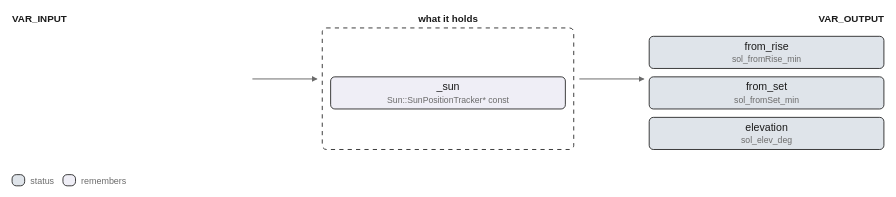
Before: images/logic/sun_watch.drawio.svg, a diagram exported from draw.io (pstch/botanik2). Source tidied: cells renumbered, new cells last; positions are measured from the earlier drawing's top-left corner, leaving out a move shared by most shapes.
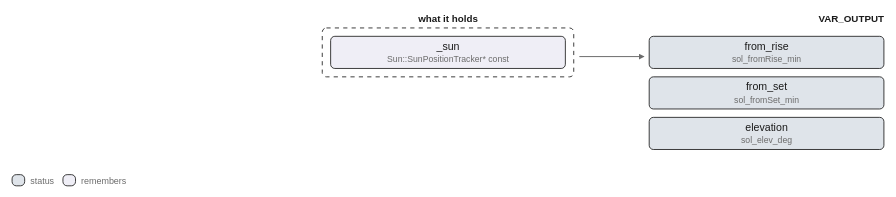
After the change.

What changed in the source:
```diff
@@ -2,53 +2,44 @@
   <root>
     <mxCell id="0" />
     <mxCell id="1" parent="0" />
-    <mxCell id="2" value="VAR_INPUT" style="text;html=1;fontSize=7;fontColor=#1a1a1a;align=left;fontStyle=1;" parent="1" vertex="1">
-      <mxGeometry width="45" height="11" as="geometry" />
+    <mxCell id="2" value="what it holds" style="text;html=1;fontSize=7;fontColor=#1a1a1a;align=center;fontStyle=1;" parent="1" vertex="1">
+      <mxGeometry x="312" width="65" height="11" as="geometry" />
     </mxCell>
-    <mxCell id="3" value="what it holds" style="text;html=1;fontSize=7;fontColor=#1a1a1a;align=center;fontStyle=1;" parent="1" vertex="1">
-      <mxGeometry x="312" width="65" height="11" as="geometry" />
+    <mxCell id="3" value="VAR_OUTPUT" style="text;html=1;fontSize=7;fontColor=#1a1a1a;align=left;fontStyle=1;" parent="1" vertex="1">
+      <mxGeometry x="624" width="50" height="11" as="geometry" />
     </mxCell>
-    <mxCell id="4" value="VAR_OUTPUT" style="text;html=1;fontSize=7;fontColor=#1a1a1a;align=left;fontStyle=1;" parent="1" vertex="1">
-      <mxGeometry x="624" width="50" height="11" as="geometry" />
+    <mxCell id="4" value="from_rise" style="rounded=1;fillColor=#dfe4ea;strokeColor=#1a1a1a;whiteSpace=wrap;html=1;fontSize=8;" parent="1" vertex="1">
+      <mxGeometry x="456" y="17" width="168" height="23" as="geometry" />
     </mxCell>
-    <mxCell id="5" value="from_rise" style="rounded=1;fillColor=#dfe4ea;strokeColor=#1a1a1a;whiteSpace=wrap;html=1;fontSize=8;" parent="1" vertex="1">
-      <mxGeometry x="456" y="17" width="168" height="23" as="geometry" />
+    <mxCell id="5" value="from_set" style="rounded=1;fillColor=#dfe4ea;strokeColor=#1a1a1a;whiteSpace=wrap;html=1;fontSize=8;" parent="1" vertex="1">
+      <mxGeometry x="456" y="46" width="168" height="23" as="geometry" />
     </mxCell>
-    <mxCell id="6" value="from_set" style="rounded=1;fillColor=#dfe4ea;strokeColor=#1a1a1a;whiteSpace=wrap;html=1;fontSize=8;" parent="1" vertex="1">
-      <mxGeometry x="456" y="46" width="168" height="23" as="geometry" />
+    <mxCell id="6" value="elevation" style="rounded=1;fillColor=#dfe4ea;strokeColor=#1a1a1a;whiteSpace=wrap;html=1;fontSize=8;" parent="1" vertex="1">
+      <mxGeometry x="456" y="75" width="168" height="23" as="geometry" />
     </mxCell>
-    <mxCell id="7" value="elevation" style="rounded=1;fillColor=#dfe4ea;strokeColor=#1a1a1a;whiteSpace=wrap;html=1;fontSize=8;" parent="1" vertex="1">
-      <mxGeometry x="456" y="75" width="168" height="23" as="geometry" />
+    <mxCell id="7" style="rounded=1;fillColor=#ffffff;strokeColor=#1a1a1a;whiteSpace=wrap;html=1;fontSize=8;dashed=1;" parent="1" vertex="1">
+      <mxGeometry x="222" y="11" width="180" height="35" as="geometry" />
     </mxCell>
-    <mxCell id="8" style="rounded=1;fillColor=#ffffff;strokeColor=#1a1a1a;whiteSpace=wrap;html=1;fontSize=8;dashed=1;" parent="1" vertex="1">
-      <mxGeometry x="222" y="11" width="180" height="87" as="geometry" />
+    <mxCell id="8" value="_sun" style="rounded=1;fillColor=#efeef6;strokeColor=#1a1a1a;whiteSpace=wrap;html=1;fontSize=8;" parent="1" vertex="1">
+      <mxGeometry x="228" y="17" width="168" height="23" as="geometry" />
     </mxCell>
-    <mxCell id="9" value="_sun" style="rounded=1;fillColor=#efeef6;strokeColor=#1a1a1a;whiteSpace=wrap;html=1;fontSize=8;" parent="1" vertex="1">
-      <mxGeometry x="228" y="46" width="168" height="23" as="geometry" />
-    </mxCell>
-    <mxCell id="10" style="edgeStyle=none;html=1;strokeColor=#6b6b6b;endArrow=block;" parent="1" edge="1">
-      <mxGeometry relative="1" as="geometry">
-        <mxPoint x="172" y="47.5" as="sourcePoint" />
-        <mxPoint x="218" y="47.5" as="targetPoint" />
-      </mxGeometry>
-    </mxCell>
-    <mxCell id="11" style="edgeStyle=none;html=1;strokeColor=#6b6b6b;endArrow=block;" parent="1" edge="1">
-      <mxGeometry relative="1" as="geometry">
-        <mxPoint x="406" y="47.5" as="sourcePoint" />
-        <mxPoint x="452" y="47.5" as="targetPoint" />
-      </mxGeometry>
-    </mxCell>
+    <mxCell id="16" style="edgeStyle=none;html=1;strokeColor=#6b6b6b;endArrow=block;" parent="1" edge="1">
+      <mxGeometry relative="1" as="geometry">
+        <mxPoint x="406" y="31.5" as="sourcePoint" />
+        <mxPoint x="452" y="31.5" as="targetPoint" />
+      </mxGeometry>
+    </mxCell>
+    <mxCell id="17" style="rounded=1;fillColor=#dfe4ea;strokeColor=#1a1a1a;whiteSpace=wrap;html=1;fontSize=8;" parent="1" vertex="1">
+      <mxGeometry y="116" width="9" height="8" as="geometry" />
+    </mxCell>
+    <mxCell id="18" value="status" style="text;html=1;fontSize=6;fontColor=#6b6b6b;align=left;" parent="1" vertex="1">
+      <mxGeometry x="13" y="116.6" width="40" height="10.4" as="geometry" />
+    </mxCell>
-    <mxCell id="12" style="rounded=1;fillColor=#dfe4ea;strokeColor=#1a1a1a;whiteSpace=wrap;html=1;fontSize=8;" parent="1" vertex="1">
-      <mxGeometry y="116" width="9" height="8" as="geometry" />
+    <mxCell id="12" style="rounded=1;fillColor=#efeef6;strokeColor=#1a1a1a;whiteSpace=wrap;html=1;fontSize=8;" parent="1" vertex="1">
+      <mxGeometry x="36.4" y="116" width="9" height="8" as="geometry" />
     </mxCell>
-    <mxCell id="13" value="status" style="text;html=1;fontSize=6;fontColor=#6b6b6b;align=left;" parent="1" vertex="1">
-      <mxGeometry x="13" y="116.6" width="40" height="10.4" as="geometry" />
+    <mxCell id="13" value="remembers" style="text;html=1;fontSize=6;fontColor=#6b6b6b;align=left;" parent="1" vertex="1">
+      <mxGeometry x="49.4" y="116.6" width="45" height="10.4" as="geometry" />
     </mxCell>
-    <mxCell id="14" style="rounded=1;fillColor=#efeef6;strokeColor=#1a1a1a;whiteSpace=wrap;html=1;fontSize=8;" parent="1" vertex="1">
-      <mxGeometry x="36.4" y="116" width="9" height="8" as="geometry" />
-    </mxCell>
-    <mxCell id="15" value="remembers" style="text;html=1;fontSize=6;fontColor=#6b6b6b;align=left;" parent="1" vertex="1">
-      <mxGeometry x="49.4" y="116.6" width="45" height="10.4" as="geometry" />
-    </mxCell>
   </root>
 </mxGraphModel>
```
